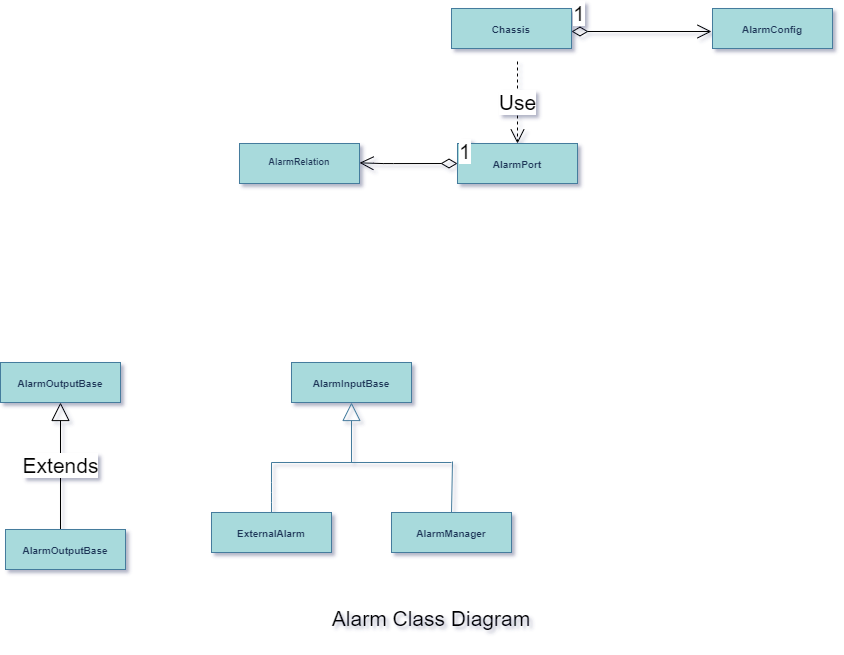
The draw.io diagram UML/AlarmManager.png in Steve888888/FN-Redundancy, before a commit. Source tidied: cells renumbered, new cells last; positions are measured from the earlier drawing's top-left corner, leaving out a move shared by most shapes.
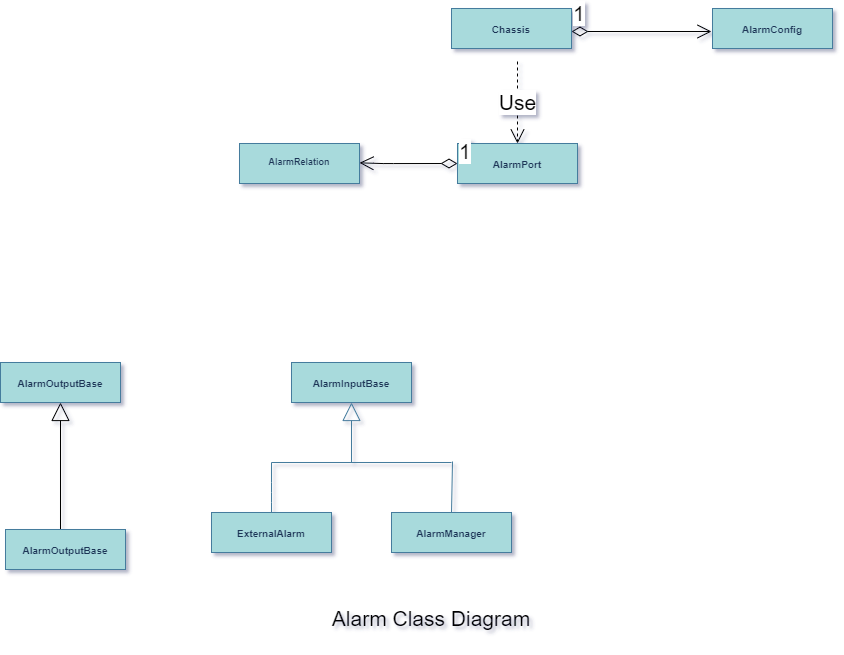
After the change.

Diff of the diagram source:
```diff
@@ -87,7 +87,7 @@
     <mxCell id="21" value="&lt;p style=&quot;margin: 4px 0px 0px ; text-align: center ; font-size: 10px&quot;&gt;&lt;br&gt;&lt;b&gt;AlarmOutputBase&lt;/b&gt;&lt;/p&gt;" style="verticalAlign=top;align=left;overflow=fill;fontSize=12;fontFamily=Helvetica;html=1;fillColor=#A8DADC;strokeColor=#457B9D;fontColor=#1D3557;" parent="1" vertex="1">
       <mxGeometry y="354" width="120" height="40" as="geometry" />
     </mxCell>
-    <mxCell id="22" value="Extends" style="endArrow=block;endSize=16;endFill=0;html=1;fontSize=21;entryX=0.5;entryY=1;entryDx=0;entryDy=0;" parent="1" edge="1" target="21">
+    <mxCell id="22" style="endArrow=block;endSize=16;endFill=0;html=1;fontSize=21;entryX=0.5;entryY=1;entryDx=0;entryDy=0;" parent="1" edge="1" target="21">
       <mxGeometry relative="1" as="geometry">
         <mxPoint x="60" y="521" as="sourcePoint" />
       </mxGeometry>
```
